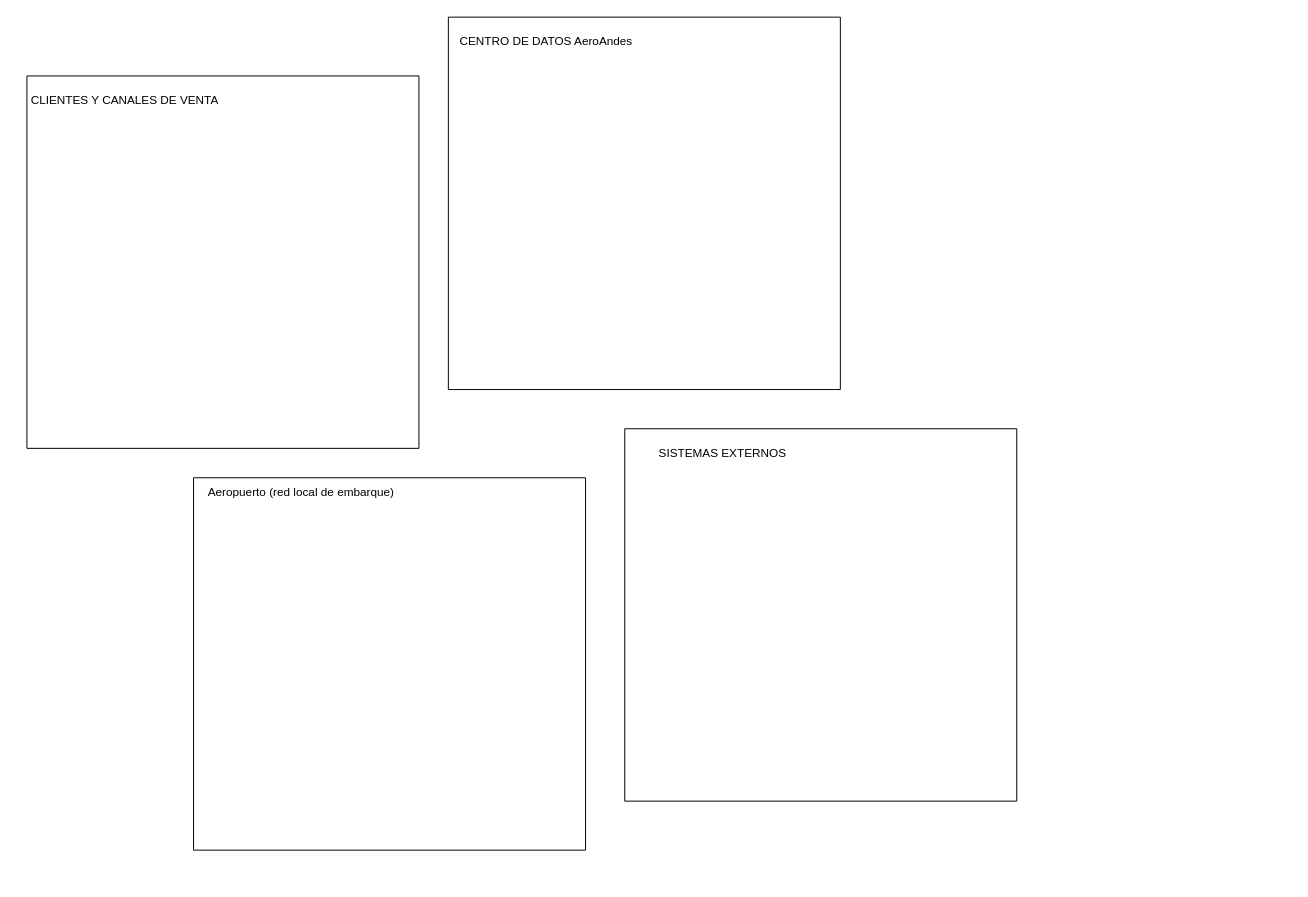
iMouraad/APPD_MPZ keeps this draw.io diagram as Diagrama MPZ.drawio. Above is the earlier version. Source tidied: cells renumbered, new cells numbered last; positions are measured from the earlier drawing's top-left corner, leaving out a move shared by most shapes. Both pictures are drawn from the tidied source at 98%, with x=0, y=0 at pixel (17, 17).
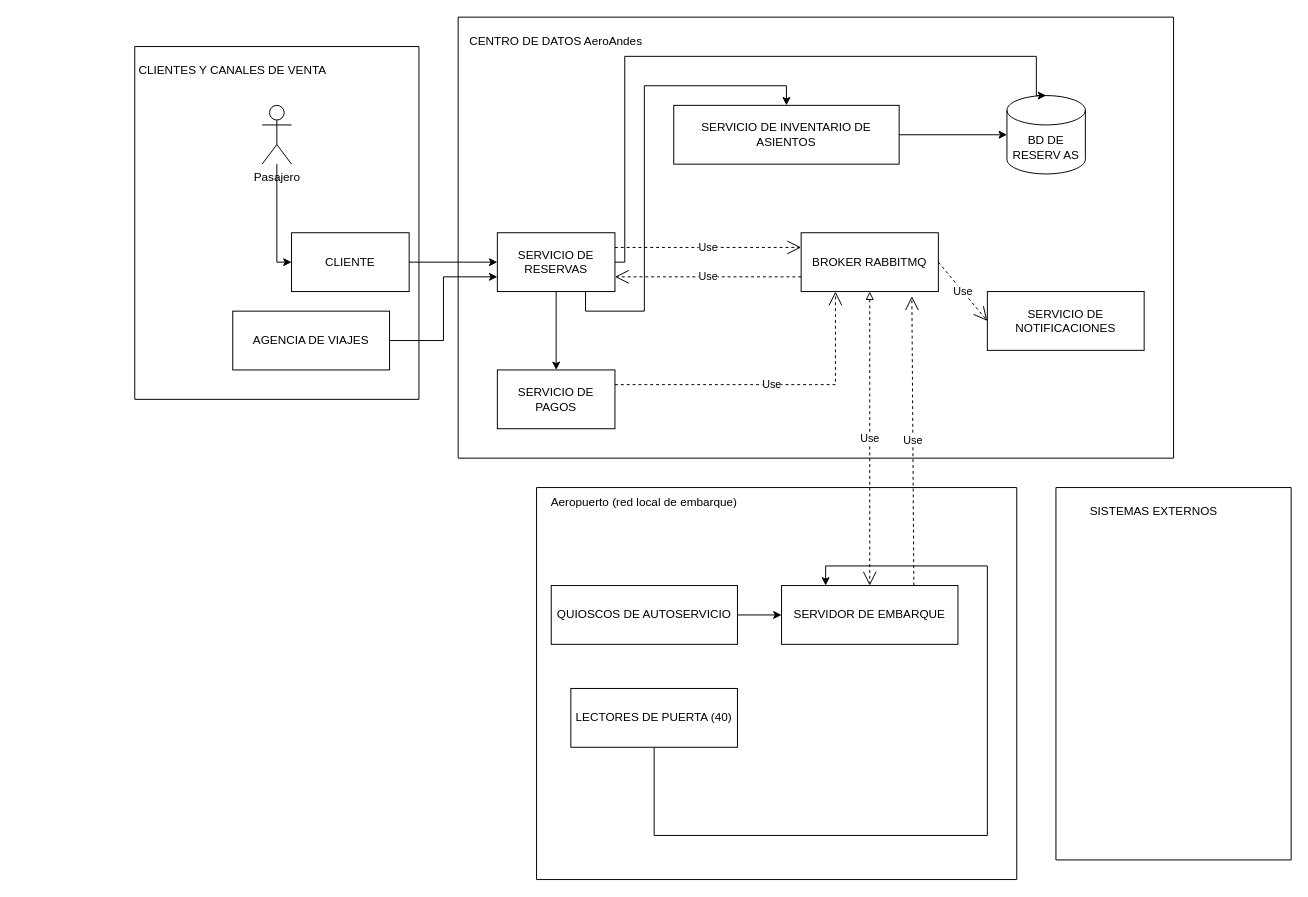
The same page after the edit.

Commit message:
Angel: Diagrama 2da Parte

What changed in the source:
```diff
@@
     <mxCell id="2" style="swimlane;startSize=0;" parent="1" vertex="1">
-      <mxGeometry x="10" y="60" width="400" height="380" as="geometry" />
+      <mxGeometry x="120" y="30" width="290" height="360" as="geometry" />
     </mxCell>
@@
+    <mxCell id="10" style="edgeStyle=orthogonalEdgeStyle;rounded=0;jettySize=auto;html=1;entryX=0;entryY=0.5;entryDx=0;entryDy=0;defaultLabelBackgroundColor=page;labelPadding=0 4;" parent="2" edge="1" source="11" target="12">
+      <mxGeometry relative="1" as="geometry">
+        <Array as="points">
+          <mxPoint x="145" y="220" />
+        </Array>
+      </mxGeometry>
+    </mxCell>
+    <mxCell id="11" value="Pasajero" style="shape=umlActor;verticalLabelPosition=bottom;verticalAlign=top;html=1;outlineConnect=0;labelPerimeter=1;" parent="2" vertex="1">
+      <mxGeometry x="130" y="60" width="30" height="60" as="geometry" />
+    </mxCell>
+    <mxCell id="12" value="CLIENTE" style="rounded=0;whiteSpace=wrap;html=1;" parent="2" vertex="1">
+      <mxGeometry x="160" y="190" width="120" height="60" as="geometry" />
+    </mxCell>
+    <mxCell id="13" value="AGENCIA DE VIAJES" style="rounded=0;whiteSpace=wrap;html=1;" parent="2" vertex="1">
+      <mxGeometry x="100" y="270" width="160" height="60" as="geometry" />
+    </mxCell>
     <mxCell id="4" style="swimlane;startSize=0;" parent="1" vertex="1">
-      <mxGeometry x="440" width="400" height="380" as="geometry" />
+      <mxGeometry x="450" width="730" height="450" as="geometry" />
     </mxCell>
@@
+    <mxCell id="14" style="edgeStyle=orthogonalEdgeStyle;rounded=0;jettySize=auto;html=1;entryX=0.5;entryY=0;entryDx=0;entryDy=0;defaultLabelBackgroundColor=page;labelPadding=0 4;" parent="4" edge="1" source="16" target="17">
+      <mxGeometry relative="1" as="geometry" />
+    </mxCell>
+    <mxCell id="15" style="edgeStyle=orthogonalEdgeStyle;rounded=0;jettySize=auto;html=1;entryX=0.5;entryY=0;entryDx=0;entryDy=0;defaultLabelBackgroundColor=page;labelPadding=0 4;" parent="4" edge="1" source="16" target="18">
+      <mxGeometry x="0.21" relative="1" as="geometry">
+        <Array as="points">
+          <mxPoint x="130" y="300" />
+          <mxPoint x="190" y="300" />
+          <mxPoint x="190" y="70" />
+          <mxPoint x="335" y="70" />
+        </Array>
+      </mxGeometry>
+    </mxCell>
+    <mxCell id="16" value="SERVICIO DE RESERVAS" style="rounded=0;whiteSpace=wrap;html=1;" parent="4" vertex="1">
+      <mxGeometry x="40" y="220" width="120" height="60" as="geometry" />
+    </mxCell>
+    <mxCell id="17" value="SERVICIO DE PAGOS" style="rounded=0;whiteSpace=wrap;html=1;" parent="4" vertex="1">
+      <mxGeometry x="40" y="360" width="120" height="60" as="geometry" />
+    </mxCell>
+    <mxCell id="18" value="SERVICIO DE INVENTARIO DE ASIENTOS" style="rounded=0;whiteSpace=wrap;html=1;" parent="4" vertex="1">
+      <mxGeometry x="220" y="90" width="230" height="60" as="geometry" />
+    </mxCell>
+    <mxCell id="19" value="BROKER RABBITMQ" style="rounded=0;whiteSpace=wrap;html=1;" parent="4" vertex="1">
+      <mxGeometry x="350" y="220" width="140" height="60" as="geometry" />
+    </mxCell>
+    <mxCell id="20" value="Use" style="endArrow=open;endSize=12;dashed=1;html=1;rounded=0;defaultLabelBackgroundColor=page;labelPadding=0 4;entryX=1;entryY=0.75;entryDx=0;entryDy=0;exitX=0;exitY=0.75;exitDx=0;exitDy=0;" parent="4" edge="1" source="19" target="16">
+      <mxGeometry relative="1" as="geometry" />
+    </mxCell>
+    <mxCell id="21" value="Use" style="endArrow=open;endSize=12;dashed=1;html=1;rounded=0;defaultLabelBackgroundColor=page;labelPadding=0 4;entryX=0;entryY=0.25;entryDx=0;entryDy=0;exitX=1;exitY=0.25;exitDx=0;exitDy=0;" parent="4" edge="1" source="16" target="19">
+      <mxGeometry relative="1" as="geometry" />
+    </mxCell>
+    <mxCell id="22" value="BD DE&lt;br&gt;RESERV AS" style="shape=cylinder3;whiteSpace=wrap;html=1;boundedLbl=1;backgroundOutline=1;size=15;" parent="4" vertex="1">
+      <mxGeometry x="560" y="80" width="80" height="80" as="geometry" />
+    </mxCell>
+    <mxCell id="23" style="edgeStyle=orthogonalEdgeStyle;rounded=0;jettySize=auto;html=1;entryX=0;entryY=0.5;entryDx=0;entryDy=0;entryPerimeter=0;defaultLabelBackgroundColor=page;labelPadding=0 4;" parent="4" edge="1" source="18" target="22">
+      <mxGeometry relative="1" as="geometry" />
+    </mxCell>
+    <mxCell id="24" style="edgeStyle=orthogonalEdgeStyle;rounded=0;jettySize=auto;html=1;entryX=0.5;entryY=0;entryDx=0;entryDy=0;entryPerimeter=0;defaultLabelBackgroundColor=page;labelPadding=0 4;" parent="4" edge="1" source="16" target="22">
+      <mxGeometry relative="1" as="geometry">
+        <Array as="points">
+          <mxPoint x="170" y="250" />
+          <mxPoint x="170" y="40" />
+          <mxPoint x="590" y="40" />
+        </Array>
+      </mxGeometry>
+    </mxCell>
+    <mxCell id="25" value="Use" style="endArrow=open;endSize=12;dashed=1;html=1;rounded=0;defaultLabelBackgroundColor=page;labelPadding=0 4;exitX=1;exitY=0.25;exitDx=0;exitDy=0;entryX=0.25;entryY=1;entryDx=0;entryDy=0;" parent="4" edge="1" source="17" target="19">
+      <mxGeometry relative="1" as="geometry">
+        <Array as="points">
+          <mxPoint x="385" y="375" />
+        </Array>
+      </mxGeometry>
+    </mxCell>
+    <mxCell id="26" value="SERVICIO DE NOTIFICACIONES" style="rounded=0;whiteSpace=wrap;html=1;" parent="4" vertex="1">
+      <mxGeometry x="540" y="280" width="160" height="60" as="geometry" />
+    </mxCell>
+    <mxCell id="27" value="Use" style="endArrow=open;endSize=12;dashed=1;html=1;rounded=0;defaultLabelBackgroundColor=page;labelPadding=0 4;entryX=0;entryY=0.5;entryDx=0;entryDy=0;exitX=1;exitY=0.5;exitDx=0;exitDy=0;" parent="4" edge="1" source="19" target="26">
+      <mxGeometry relative="1" as="geometry" />
+    </mxCell>
     <mxCell id="6" style="swimlane;startSize=0;" parent="1" vertex="1">
-      <mxGeometry x="180" y="470" width="400" height="380" as="geometry" />
+      <mxGeometry x="530" y="480" width="490" height="400" as="geometry" />
     </mxCell>
@@
+    <mxCell id="28" style="edgeStyle=orthogonalEdgeStyle;rounded=0;jettySize=auto;html=1;entryX=0;entryY=0.5;entryDx=0;entryDy=0;defaultLabelBackgroundColor=page;labelPadding=0 4;" parent="6" edge="1" source="29" target="32">
+      <mxGeometry relative="1" as="geometry" />
+    </mxCell>
+    <mxCell id="29" value="QUIOSCOS DE AUTOSERVICIO" style="rounded=0;whiteSpace=wrap;html=1;" parent="6" vertex="1">
+      <mxGeometry x="15" y="100" width="190" height="60" as="geometry" />
+    </mxCell>
+    <mxCell id="30" style="edgeStyle=orthogonalEdgeStyle;rounded=0;jettySize=auto;html=1;entryX=0.25;entryY=0;entryDx=0;entryDy=0;defaultLabelBackgroundColor=page;labelPadding=0 4;" parent="6" edge="1" source="31" target="32">
+      <mxGeometry x="-0.33" relative="1" as="geometry">
+        <Array as="points">
+          <mxPoint x="460" y="355" />
+          <mxPoint x="460" y="80" />
+          <mxPoint x="295" y="80" />
+        </Array>
+      </mxGeometry>
+    </mxCell>
+    <mxCell id="31" value="LECTORES DE PUERTA (40)" style="rounded=0;whiteSpace=wrap;html=1;" parent="6" vertex="1">
+      <mxGeometry x="35" y="205" width="170" height="60" as="geometry" />
+    </mxCell>
+    <mxCell id="32" value="SERVIDOR DE EMBARQUE" style="rounded=0;whiteSpace=wrap;html=1;" parent="6" vertex="1">
+      <mxGeometry x="250" y="100" width="180" height="60" as="geometry" />
+    </mxCell>
     <mxCell id="8" style="swimlane;startSize=0;" parent="1" vertex="1">
-      <mxGeometry x="620" y="420" width="400" height="380" as="geometry" />
+      <mxGeometry x="1060" y="480" width="240" height="380" as="geometry" />
     </mxCell>
@@
+    <mxCell id="33" style="edgeStyle=orthogonalEdgeStyle;rounded=0;jettySize=auto;html=1;entryX=0;entryY=0.5;entryDx=0;entryDy=0;defaultLabelBackgroundColor=page;labelPadding=0 4;" parent="1" edge="1" source="12" target="16">
+      <mxGeometry relative="1" as="geometry" />
+    </mxCell>
+    <mxCell id="34" style="edgeStyle=orthogonalEdgeStyle;rounded=0;jettySize=auto;html=1;entryX=0;entryY=0.75;entryDx=0;entryDy=0;defaultLabelBackgroundColor=page;labelPadding=0 4;" parent="1" edge="1" source="13" target="16">
+      <mxGeometry relative="1" as="geometry" />
+    </mxCell>
+    <mxCell id="35" value="Use" style="endArrow=open;endSize=12;dashed=1;html=1;rounded=0;defaultLabelBackgroundColor=page;labelPadding=0 4;entryX=0.5;entryY=0;entryDx=0;entryDy=0;startArrow=block;startFill=0;exitX=0.5;exitY=1;exitDx=0;exitDy=0;" parent="1" edge="1" source="19" target="32">
+      <mxGeometry relative="1" as="geometry" />
+    </mxCell>
+    <mxCell id="36" value="Use" style="endArrow=open;endSize=12;dashed=1;html=1;rounded=0;defaultLabelBackgroundColor=page;labelPadding=0 4;entryX=0.807;entryY=1.079;entryDx=0;entryDy=0;entryPerimeter=0;exitX=0.75;exitY=0;exitDx=0;exitDy=0;" parent="1" edge="1" source="32" target="19">
+      <mxGeometry relative="1" as="geometry" />
+    </mxCell>
```
